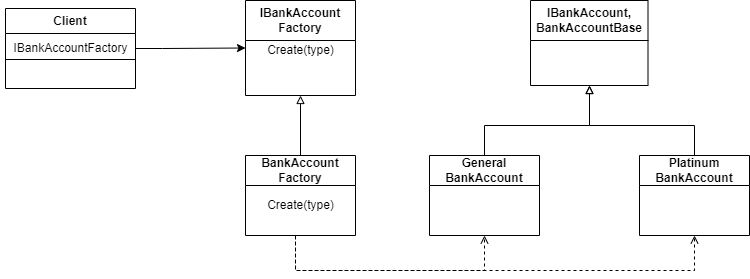
This is images/FactoryMethodImplementation.png from hoanganh1029/AVH.DesignPattern, a draw.io export, as it was before one commit. Source tidied: cells renumbered, new cells last; positions are measured from the earlier drawing's top-left corner, leaving out a move shared by most shapes.
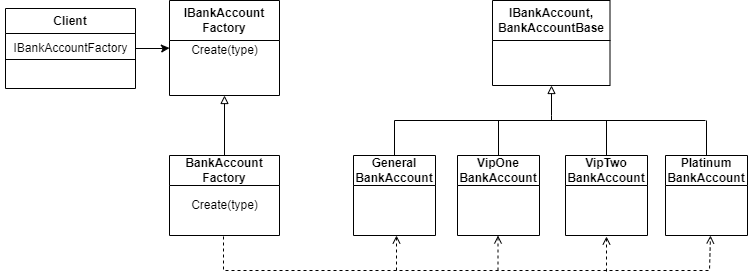
After the commit.

Commit message:
Update abstract factory

Diff of the diagram source:
```diff
@@ -22,63 +22,99 @@
       </mxGeometry>
     </mxCell>
     <mxCell id="6" value="IBankAccount&lt;br&gt;Factory" style="swimlane;whiteSpace=wrap;html=1;startSize=40;" parent="1" vertex="1">
-      <mxGeometry x="245" width="110" height="95" as="geometry" />
+      <mxGeometry x="169" width="110" height="95" as="geometry" />
     </mxCell>
     <mxCell id="7" value="Create(type)" style="text;html=1;align=center;verticalAlign=middle;strokeColor=none;fillColor=none;" parent="6" vertex="1">
       <mxGeometry x="10" y="35" width="90" height="30" as="geometry" />
     </mxCell>
-    <mxCell id="8" style="edgeStyle=orthogonalEdgeStyle;rounded=0;jettySize=auto;html=1;entryX=0.5;entryY=1;entryDx=0;entryDy=0;endArrow=block;endFill=0;" parent="1" edge="1" source="11" target="6">
+    <mxCell id="8" style="edgeStyle=orthogonalEdgeStyle;rounded=0;jettySize=auto;html=1;entryX=0.5;entryY=1;entryDx=0;entryDy=0;endArrow=block;endFill=0;" parent="1" edge="1" source="10" target="6">
       <mxGeometry relative="1" as="geometry" />
     </mxCell>
-    <mxCell id="9" style="edgeStyle=orthogonalEdgeStyle;rounded=0;jettySize=auto;html=1;dashed=1;entryX=0.5;entryY=1;entryDx=0;entryDy=0;endArrow=open;endFill=0;exitX=0.5;exitY=1;exitDx=0;exitDy=0;" parent="1" edge="1" source="11" target="17">
+    <mxCell id="9" style="edgeStyle=orthogonalEdgeStyle;rounded=0;orthogonalLoop=1;jettySize=auto;html=1;dashed=1;entryX=0.5;entryY=1;entryDx=0;entryDy=0;endArrow=open;endFill=0;exitX=0.5;exitY=1;exitDx=0;exitDy=0;" parent="1" edge="1">
       <mxGeometry relative="1" as="geometry">
+        <mxPoint x="228" y="235" as="sourcePoint" />
+        <mxPoint x="710" y="235" as="targetPoint" />
         <Array as="points">
-          <mxPoint x="295" y="235" />
-          <mxPoint x="295" y="270" />
-          <mxPoint x="694" y="270" />
+          <mxPoint x="223" y="235" />
+          <mxPoint x="223" y="270" />
+          <mxPoint x="709" y="270" />
         </Array>
       </mxGeometry>
     </mxCell>
-    <mxCell id="10" style="edgeStyle=orthogonalEdgeStyle;rounded=0;jettySize=auto;html=1;entryX=0.5;entryY=1;entryDx=0;entryDy=0;dashed=1;endArrow=open;endFill=0;" parent="1" edge="1" source="11" target="16">
-      <mxGeometry relative="1" as="geometry">
-        <Array as="points">
-          <mxPoint x="295" y="270" />
-          <mxPoint x="484" y="270" />
-        </Array>
-      </mxGeometry>
+    <mxCell id="10" value="BankAccount&lt;br&gt;Factory" style="swimlane;whiteSpace=wrap;html=1;startSize=30;" parent="1" vertex="1">
+      <mxGeometry x="169" y="155" width="110" height="80" as="geometry" />
     </mxCell>
-    <mxCell id="11" value="BankAccount&lt;br&gt;Factory" style="swimlane;whiteSpace=wrap;html=1;startSize=30;" parent="1" vertex="1">
-      <mxGeometry x="245" y="155" width="110" height="80" as="geometry" />
+    <mxCell id="11" value="Create(type)" style="text;html=1;align=center;verticalAlign=middle;points=[];strokeColor=none;fillColor=none;" parent="10" vertex="1">
+      <mxGeometry x="10" y="35" width="90" height="30" as="geometry" />
     </mxCell>
-    <mxCell id="12" value="Create(type)" style="text;html=1;align=center;verticalAlign=middle;strokeColor=none;fillColor=none;" parent="11" vertex="1">
-      <mxGeometry x="10" y="35" width="90" height="30" as="geometry" />
+    <mxCell id="12" value="IBankAccount,&lt;br&gt;BankAccountBase" style="swimlane;whiteSpace=wrap;html=1;startSize=40;" parent="1" vertex="1">
+      <mxGeometry x="492" width="117.5" height="85" as="geometry" />
     </mxCell>
-    <mxCell id="13" value="IBankAccount,&lt;br&gt;BankAccountBase" style="swimlane;whiteSpace=wrap;html=1;startSize=40;" parent="1" vertex="1">
-      <mxGeometry x="530" width="117.5" height="85" as="geometry" />
+    <mxCell id="13" style="edgeStyle=orthogonalEdgeStyle;rounded=0;orthogonalLoop=1;jettySize=auto;html=1;endArrow=block;endFill=0;" parent="1" edge="1">
+      <mxGeometry relative="1" as="geometry">
+        <mxPoint x="551" y="120" as="sourcePoint" />
+        <mxPoint x="551" y="85" as="targetPoint" />
+        <Array as="points">
+          <mxPoint x="551" y="115" />
+        </Array>
+      </mxGeometry>
     </mxCell>
-    <mxCell id="14" style="edgeStyle=orthogonalEdgeStyle;rounded=0;jettySize=auto;html=1;endArrow=block;endFill=0;" parent="1" edge="1" source="16">
-      <mxGeometry relative="1" as="geometry">
-        <mxPoint x="589" y="85" as="targetPoint" />
-        <Array as="points">
-          <mxPoint x="484" y="125" />
-          <mxPoint x="589" y="125" />
-        </Array>
-      </mxGeometry>
+    <mxCell id="14" value="General&lt;br&gt;BankAccount" style="swimlane;whiteSpace=wrap;html=1;startSize=30;" parent="1" vertex="1">
+      <mxGeometry x="353" y="155" width="82" height="80" as="geometry" />
     </mxCell>
-    <mxCell id="15" style="edgeStyle=orthogonalEdgeStyle;rounded=0;jettySize=auto;html=1;endArrow=block;endFill=0;exitX=0.5;exitY=0;exitDx=0;exitDy=0;" parent="1" edge="1" source="17">
+    <mxCell id="15" style="edgeStyle=orthogonalEdgeStyle;rounded=0;jettySize=auto;html=1;endArrow=none;endFill=0;" parent="1" edge="1" source="16">
       <mxGeometry relative="1" as="geometry">
-        <mxPoint x="589" y="85" as="targetPoint" />
-        <Array as="points">
-          <mxPoint x="694" y="125" />
-          <mxPoint x="589" y="125" />
-        </Array>
+        <mxPoint x="498" y="120" as="targetPoint" />
       </mxGeometry>
     </mxCell>
-    <mxCell id="16" value="General&lt;br&gt;BankAccount" style="swimlane;whiteSpace=wrap;html=1;startSize=30;" parent="1" vertex="1">
-      <mxGeometry x="429" y="155" width="110" height="80" as="geometry" />
+    <mxCell id="16" value="VipOne&lt;br&gt;BankAccount" style="swimlane;whiteSpace=wrap;html=1;startSize=30;" parent="1" vertex="1">
+      <mxGeometry x="457" y="155" width="82" height="80" as="geometry" />
     </mxCell>
-    <mxCell id="17" value="Platinum&lt;br&gt;BankAccount" style="swimlane;whiteSpace=wrap;html=1;startSize=30;" parent="1" vertex="1">
-      <mxGeometry x="639" y="155" width="110" height="80" as="geometry" />
+    <mxCell id="17" style="edgeStyle=orthogonalEdgeStyle;rounded=0;jettySize=auto;html=1;endArrow=none;endFill=0;" parent="1" edge="1" source="18">
+      <mxGeometry relative="1" as="geometry">
+        <mxPoint x="606" y="120" as="targetPoint" />
+      </mxGeometry>
     </mxCell>
+    <mxCell id="18" value="VipTwo&lt;br&gt;BankAccount" style="swimlane;whiteSpace=wrap;html=1;startSize=30;" parent="1" vertex="1">
+      <mxGeometry x="565" y="155" width="82" height="80" as="geometry" />
+    </mxCell>
+    <mxCell id="19" style="edgeStyle=orthogonalEdgeStyle;rounded=0;jettySize=auto;html=1;endArrow=none;endFill=0;" parent="1" edge="1" source="20">
+      <mxGeometry relative="1" as="geometry">
+        <mxPoint x="706" y="120" as="targetPoint" />
+      </mxGeometry>
+    </mxCell>
+    <mxCell id="20" value="Platinum&lt;br&gt;BankAccount" style="swimlane;whiteSpace=wrap;html=1;startSize=30;" parent="1" vertex="1">
+      <mxGeometry x="665" y="155" width="82" height="80" as="geometry" />
+    </mxCell>
+    <mxCell id="21" style="endArrow=none;html=1;rounded=0;" parent="1" edge="1">
+      <mxGeometry relative="1" as="geometry">
+        <mxPoint x="394" y="120" as="sourcePoint" />
+        <mxPoint x="705" y="120" as="targetPoint" />
+      </mxGeometry>
+    </mxCell>
+    <mxCell id="22" style="endArrow=none;html=1;rounded=0;exitX=0.5;exitY=0;exitDx=0;exitDy=0;" parent="1" edge="1">
+      <mxGeometry relative="1" as="geometry">
+        <mxPoint x="394" y="155" as="sourcePoint" />
+        <mxPoint x="394" y="120" as="targetPoint" />
+      </mxGeometry>
+    </mxCell>
+    <mxCell id="23" style="endArrow=open;html=1;rounded=0;dashed=1;endFill=0;" parent="1" edge="1">
+      <mxGeometry relative="1" as="geometry">
+        <mxPoint x="396" y="270" as="sourcePoint" />
+        <mxPoint x="396" y="235" as="targetPoint" />
+      </mxGeometry>
+    </mxCell>
+    <mxCell id="24" style="endArrow=open;html=1;rounded=0;dashed=1;endFill=0;" parent="1" edge="1">
+      <mxGeometry relative="1" as="geometry">
+        <mxPoint x="497.5" y="270" as="sourcePoint" />
+        <mxPoint x="497.5" y="235" as="targetPoint" />
+      </mxGeometry>
+    </mxCell>
+    <mxCell id="25" style="endArrow=open;html=1;rounded=0;dashed=1;endFill=0;" parent="1" edge="1">
+      <mxGeometry relative="1" as="geometry">
+        <mxPoint x="606" y="271" as="sourcePoint" />
+        <mxPoint x="606" y="236" as="targetPoint" />
+      </mxGeometry>
+    </mxCell>
   </root>
 </mxGraphModel>
```
